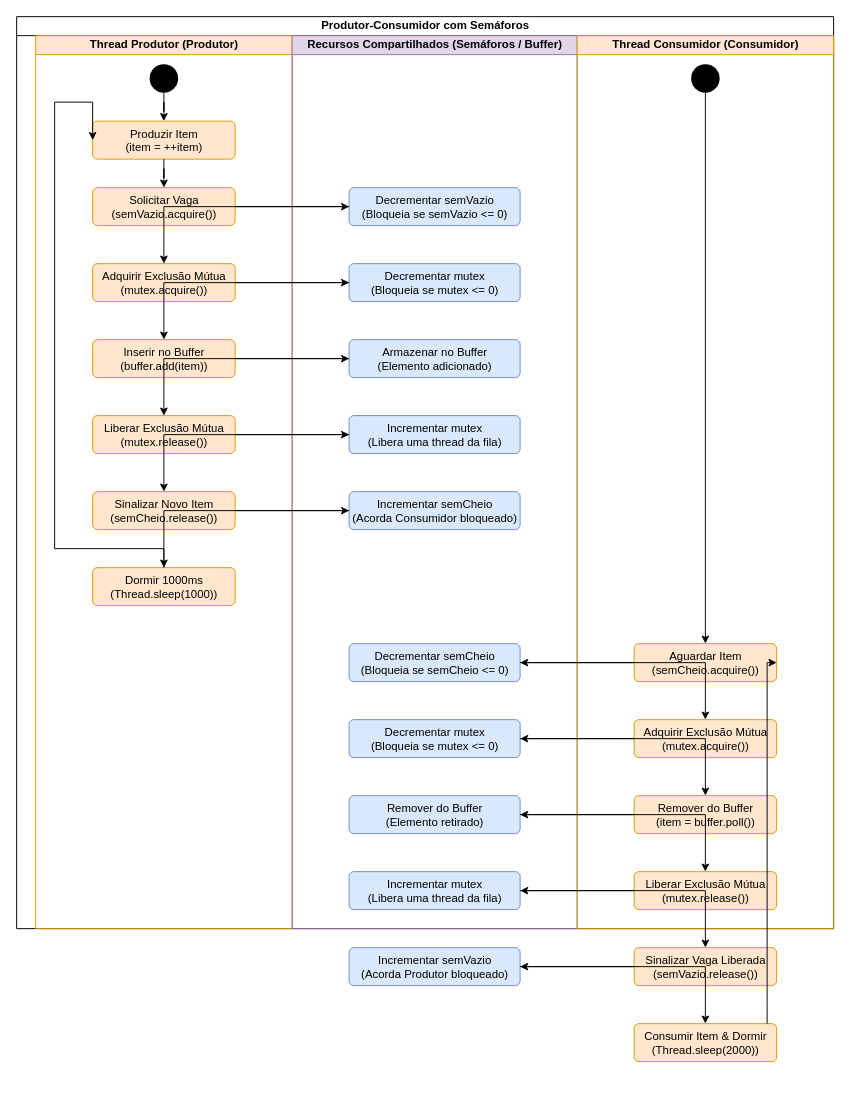
Above: EntregaThreads/src/classicos/ProdutorConsumidorSemaforoz_Diagrama_atividade.drawio in DiogoCrespi/distribuidos (draw.io), before the change. Source tidied: cells renumbered, new cells numbered last; positions are measured from the earlier drawing's top-left corner, leaving out a move shared by most shapes. Both pictures are drawn from the tidied source at 95%, with x=0, y=0 at pixel (16, 16).
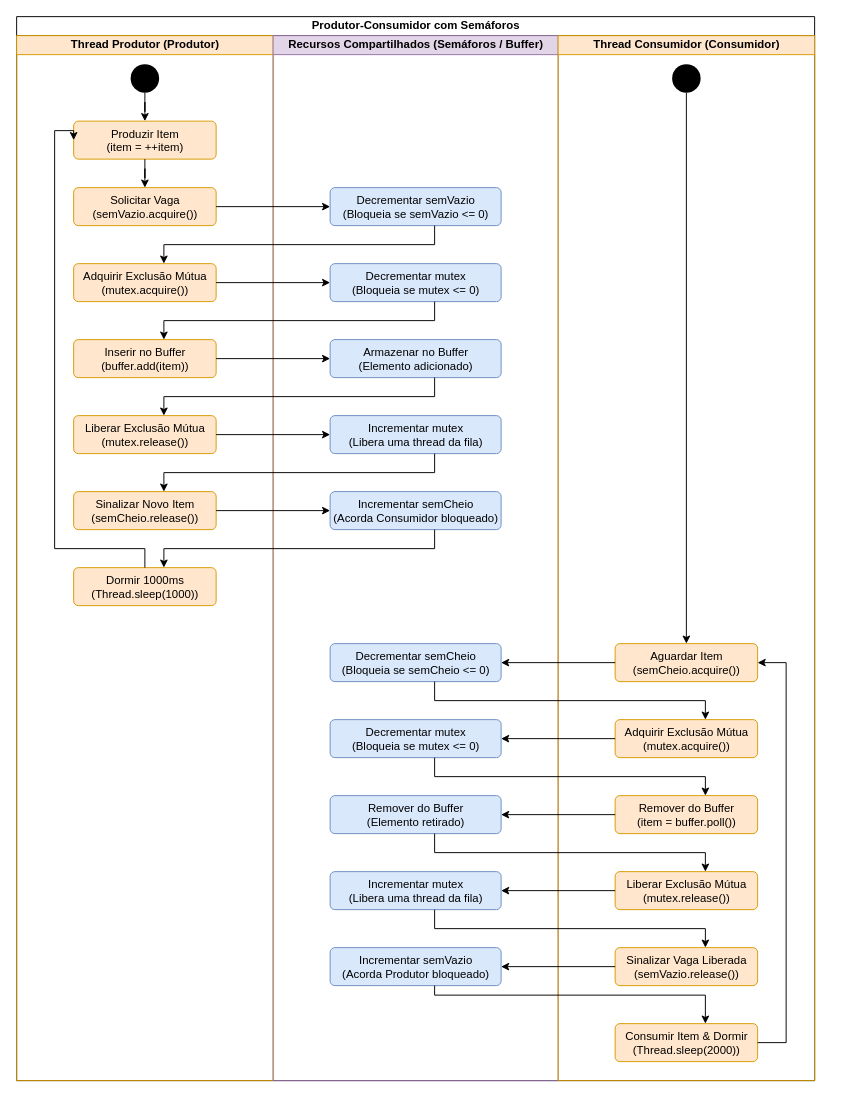
Above is the later version.

Unchanged cells that the change refers to:
```xml
<mxCell id="7" value="Produzir Item&#10;(item = ++item)" style="html=1;align=center;verticalAlign=top;rounded=1;absoluteArcSize=1;arcSize=10;fillColor=#ffe6cc;strokeColor=#d79b00;" parent="3" vertex="1">
  <mxGeometry x="60" y="90" width="150" height="40" as="geometry" />
</mxCell>
<mxCell id="9" value="Adquirir Exclusão Mútua&#10;(mutex.acquire())" style="html=1;align=center;verticalAlign=top;rounded=1;absoluteArcSize=1;arcSize=10;fillColor=#ffe6cc;strokeColor=#d79b00;" parent="3" vertex="1">
  <mxGeometry x="60" y="240" width="150" height="40" as="geometry" />
</mxCell>
<mxCell id="10" value="Inserir no Buffer&#10;(buffer.add(item))" style="html=1;align=center;verticalAlign=top;rounded=1;absoluteArcSize=1;arcSize=10;fillColor=#ffe6cc;strokeColor=#d79b00;" parent="3" vertex="1">
  <mxGeometry x="60" y="320" width="150" height="40" as="geometry" />
</mxCell>
<mxCell id="11" value="Liberar Exclusão Mútua&#10;(mutex.release())" style="html=1;align=center;verticalAlign=top;rounded=1;absoluteArcSize=1;arcSize=10;fillColor=#ffe6cc;strokeColor=#d79b00;" parent="3" vertex="1">
  <mxGeometry x="60" y="400" width="150" height="40" as="geometry" />
</mxCell>
<mxCell id="12" value="Sinalizar Novo Item&#10;(semCheio.release())" style="html=1;align=center;verticalAlign=top;rounded=1;absoluteArcSize=1;arcSize=10;fillColor=#ffe6cc;strokeColor=#d79b00;" parent="3" vertex="1">
  <mxGeometry x="60" y="480" width="150" height="40" as="geometry" />
</mxCell>
<mxCell id="13" value="Dormir 1000ms&#10;(Thread.sleep(1000))" style="html=1;align=center;verticalAlign=top;rounded=1;absoluteArcSize=1;arcSize=10;fillColor=#ffe6cc;strokeColor=#d79b00;" parent="3" vertex="1">
  <mxGeometry x="60" y="560" width="150" height="40" as="geometry" />
</mxCell>
<mxCell id="14" value="Decrementar semVazio&#10;(Bloqueia se semVazio &lt;= 0)" style="html=1;align=center;verticalAlign=top;rounded=1;absoluteArcSize=1;arcSize=10;fillColor=#dae8fc;strokeColor=#6c8ebf;" parent="4" vertex="1">
  <mxGeometry x="60" y="160" width="180" height="40" as="geometry" />
</mxCell>
<mxCell id="15" value="Decrementar mutex&#10;(Bloqueia se mutex &lt;= 0)" style="html=1;align=center;verticalAlign=top;rounded=1;absoluteArcSize=1;arcSize=10;fillColor=#dae8fc;strokeColor=#6c8ebf;" parent="4" vertex="1">
  <mxGeometry x="60" y="240" width="180" height="40" as="geometry" />
</mxCell>
<mxCell id="16" value="Armazenar no Buffer&#10;(Elemento adicionado)" style="html=1;align=center;verticalAlign=top;rounded=1;absoluteArcSize=1;arcSize=10;fillColor=#dae8fc;strokeColor=#6c8ebf;" parent="4" vertex="1">
  <mxGeometry x="60" y="320" width="180" height="40" as="geometry" />
</mxCell>
<mxCell id="17" value="Incrementar mutex&#10;(Libera uma thread da fila)" style="html=1;align=center;verticalAlign=top;rounded=1;absoluteArcSize=1;arcSize=10;fillColor=#dae8fc;strokeColor=#6c8ebf;" parent="4" vertex="1">
  <mxGeometry x="60" y="400" width="180" height="40" as="geometry" />
</mxCell>
<mxCell id="18" value="Incrementar semCheio&#10;(Acorda Consumidor bloqueado)" style="html=1;align=center;verticalAlign=top;rounded=1;absoluteArcSize=1;arcSize=10;fillColor=#dae8fc;strokeColor=#6c8ebf;" parent="4" vertex="1">
  <mxGeometry x="60" y="480" width="180" height="40" as="geometry" />
</mxCell>
<mxCell id="19" value="Decrementar semCheio&#10;(Bloqueia se semCheio &lt;= 0)" style="html=1;align=center;verticalAlign=top;rounded=1;absoluteArcSize=1;arcSize=10;fillColor=#dae8fc;strokeColor=#6c8ebf;" parent="4" vertex="1">
  <mxGeometry x="60" y="640" width="180" height="40" as="geometry" />
</mxCell>
<mxCell id="20" value="Decrementar mutex&#10;(Bloqueia se mutex &lt;= 0)" style="html=1;align=center;verticalAlign=top;rounded=1;absoluteArcSize=1;arcSize=10;fillColor=#dae8fc;strokeColor=#6c8ebf;" parent="4" vertex="1">
  <mxGeometry x="60" y="720" width="180" height="40" as="geometry" />
</mxCell>
<mxCell id="21" value="Remover do Buffer&#10;(Elemento retirado)" style="html=1;align=center;verticalAlign=top;rounded=1;absoluteArcSize=1;arcSize=10;fillColor=#dae8fc;strokeColor=#6c8ebf;" parent="4" vertex="1">
  <mxGeometry x="60" y="800" width="180" height="40" as="geometry" />
</mxCell>
<mxCell id="22" value="Incrementar mutex&#10;(Libera uma thread da fila)" style="html=1;align=center;verticalAlign=top;rounded=1;absoluteArcSize=1;arcSize=10;fillColor=#dae8fc;strokeColor=#6c8ebf;" parent="4" vertex="1">
  <mxGeometry x="60" y="880" width="180" height="40" as="geometry" />
</mxCell>
<mxCell id="24" value="Aguardar Item&#10;(semCheio.acquire())" style="html=1;align=center;verticalAlign=top;rounded=1;absoluteArcSize=1;arcSize=10;fillColor=#ffe6cc;strokeColor=#d79b00;" parent="5" vertex="1">
  <mxGeometry x="60" y="640" width="150" height="40" as="geometry" />
</mxCell>
<mxCell id="25" value="Adquirir Exclusão Mútua&#10;(mutex.acquire())" style="html=1;align=center;verticalAlign=top;rounded=1;absoluteArcSize=1;arcSize=10;fillColor=#ffe6cc;strokeColor=#d79b00;" parent="5" vertex="1">
  <mxGeometry x="60" y="720" width="150" height="40" as="geometry" />
</mxCell>
<mxCell id="26" value="Remover do Buffer&#10;(item = buffer.poll())" style="html=1;align=center;verticalAlign=top;rounded=1;absoluteArcSize=1;arcSize=10;fillColor=#ffe6cc;strokeColor=#d79b00;" parent="5" vertex="1">
  <mxGeometry x="60" y="800" width="150" height="40" as="geometry" />
</mxCell>
<mxCell id="27" value="Liberar Exclusão Mútua&#10;(mutex.release())" style="html=1;align=center;verticalAlign=top;rounded=1;absoluteArcSize=1;arcSize=10;fillColor=#ffe6cc;strokeColor=#d79b00;" parent="5" vertex="1">
  <mxGeometry x="60" y="880" width="150" height="40" as="geometry" />
</mxCell>
```

What changed in the source:
```diff
@@
     <mxCell id="2" value="Produtor-Consumidor com Semáforos" style="swimlane;startSize=20;html=1;" parent="1" vertex="1">
-      <mxGeometry width="860" height="960" as="geometry" />
+      <mxGeometry width="840" height="1120" as="geometry" />
     </mxCell>
     <mxCell id="3" value="Thread Produtor (Produtor)" style="swimlane;startSize=20;html=1;fillColor=#ffe6cc;strokeColor=#d79b00;" parent="2" vertex="1">
-      <mxGeometry x="20" y="20" width="270" height="940" as="geometry" />
+      <mxGeometry y="20" width="270" height="1100" as="geometry" />
     </mxCell>
-    <mxCell id="4" value="Recursos Compartilhados (Semáforos / Buffer)" style="swimlane;startSize=20;html=1;fillColor=#e1d5e7;strokeColor=#9673a6;" parent="2" vertex="1">
-      <mxGeometry x="290" y="20" width="300" height="940" as="geometry" />
-    </mxCell>
-    <mxCell id="5" value="Thread Consumidor (Consumidor)" style="swimlane;startSize=20;html=1;fillColor=#ffe6cc;strokeColor=#d79b00;" parent="2" vertex="1">
-      <mxGeometry x="590" y="20" width="270" height="940" as="geometry" />
-    </mxCell>
@@
+    <mxCell id="4" value="Recursos Compartilhados (Semáforos / Buffer)" style="swimlane;startSize=20;html=1;fillColor=#e1d5e7;strokeColor=#9673a6;" parent="2" vertex="1">
+      <mxGeometry x="270" y="20" width="300" height="1100" as="geometry" />
+    </mxCell>
@@
+    <mxCell id="50" value="Incrementar semVazio&#10;(Acorda Produtor bloqueado)" style="html=1;align=center;verticalAlign=top;rounded=1;absoluteArcSize=1;arcSize=10;fillColor=#dae8fc;strokeColor=#6c8ebf;" parent="4" vertex="1">
+      <mxGeometry x="60" y="960" width="180" height="40" as="geometry" />
+    </mxCell>
+    <mxCell id="5" value="Thread Consumidor (Consumidor)" style="swimlane;startSize=20;html=1;fillColor=#ffe6cc;strokeColor=#d79b00;" parent="2" vertex="1">
+      <mxGeometry x="570" y="20" width="270" height="1100" as="geometry" />
+    </mxCell>
@@
+    <mxCell id="49" value="Sinalizar Vaga Liberada&#10;(semVazio.release())" style="html=1;align=center;verticalAlign=top;rounded=1;absoluteArcSize=1;arcSize=10;fillColor=#ffe6cc;strokeColor=#d79b00;" parent="5" vertex="1">
+      <mxGeometry x="60" y="960" width="150" height="40" as="geometry" />
+    </mxCell>
+    <mxCell id="51" value="Consumir Item &amp; Dormir&#10;(Thread.sleep(2000))" style="html=1;align=center;verticalAlign=top;rounded=1;absoluteArcSize=1;arcSize=10;fillColor=#ffe6cc;strokeColor=#d79b00;" parent="5" vertex="1">
+      <mxGeometry x="60" y="1040" width="150" height="40" as="geometry" />
+    </mxCell>
@@
     <mxCell id="31" style="edgeStyle=orthogonalEdgeStyle;rounded=0;jettySize=auto;html=1;" parent="1" edge="1" source="14" target="9">
-      <mxGeometry relative="1" as="geometry" />
+      <mxGeometry relative="1" as="geometry">
+        <Array as="points">
+          <mxPoint x="440" y="240" />
+          <mxPoint x="155" y="240" />
+        </Array>
+      </mxGeometry>
     </mxCell>
@@
     <mxCell id="33" style="edgeStyle=orthogonalEdgeStyle;rounded=0;jettySize=auto;html=1;" parent="1" edge="1" source="15" target="10">
-      <mxGeometry relative="1" as="geometry" />
+      <mxGeometry relative="1" as="geometry">
+        <Array as="points">
+          <mxPoint x="440" y="320" />
+          <mxPoint x="155" y="320" />
+        </Array>
+      </mxGeometry>
     </mxCell>
@@
     <mxCell id="35" style="edgeStyle=orthogonalEdgeStyle;rounded=0;jettySize=auto;html=1;" parent="1" edge="1" source="16" target="11">
-      <mxGeometry relative="1" as="geometry" />
+      <mxGeometry relative="1" as="geometry">
+        <Array as="points">
+          <mxPoint x="440" y="400" />
+          <mxPoint x="155" y="400" />
+        </Array>
+      </mxGeometry>
     </mxCell>
@@
     <mxCell id="37" style="edgeStyle=orthogonalEdgeStyle;rounded=0;jettySize=auto;html=1;" parent="1" edge="1" source="17" target="12">
-      <mxGeometry relative="1" as="geometry" />
+      <mxGeometry relative="1" as="geometry">
+        <Array as="points">
+          <mxPoint x="440" y="480" />
+          <mxPoint x="155" y="480" />
+        </Array>
+      </mxGeometry>
     </mxCell>
@@
     <mxCell id="39" style="edgeStyle=orthogonalEdgeStyle;rounded=0;jettySize=auto;html=1;" parent="1" edge="1" source="18" target="13">
-      <mxGeometry relative="1" as="geometry" />
+      <mxGeometry relative="1" as="geometry">
+        <Array as="points">
+          <mxPoint x="440" y="560" />
+          <mxPoint x="155" y="560" />
+        </Array>
+      </mxGeometry>
     </mxCell>
     <mxCell id="40" style="edgeStyle=orthogonalEdgeStyle;rounded=0;jettySize=auto;html=1;entryX=0;entryY=0.5;entryDx=0;entryDy=0;" parent="1" edge="1" source="13" target="7">
       <mxGeometry relative="1" as="geometry">
         <Array as="points">
+          <mxPoint x="135" y="560" />
           <mxPoint x="40" y="560" />
-          <mxPoint x="40" y="90" />
+          <mxPoint x="40" y="120" />
+          <mxPoint x="60" y="120" />
         </Array>
       </mxGeometry>
     </mxCell>
@@
     <mxCell id="43" style="edgeStyle=orthogonalEdgeStyle;rounded=0;jettySize=auto;html=1;" parent="1" edge="1" source="19" target="25">
-      <mxGeometry relative="1" as="geometry" />
+      <mxGeometry relative="1" as="geometry">
+        <Array as="points">
+          <mxPoint x="440" y="720" />
+          <mxPoint x="725" y="720" />
+        </Array>
+      </mxGeometry>
     </mxCell>
@@
     <mxCell id="45" style="edgeStyle=orthogonalEdgeStyle;rounded=0;jettySize=auto;html=1;" parent="1" edge="1" source="20" target="26">
-      <mxGeometry relative="1" as="geometry" />
+      <mxGeometry relative="1" as="geometry">
+        <Array as="points">
+          <mxPoint x="440" y="800" />
+          <mxPoint x="725" y="800" />
+        </Array>
+      </mxGeometry>
     </mxCell>
@@
     <mxCell id="47" style="edgeStyle=orthogonalEdgeStyle;rounded=0;jettySize=auto;html=1;" parent="1" edge="1" source="21" target="27">
-      <mxGeometry relative="1" as="geometry" />
+      <mxGeometry relative="1" as="geometry">
+        <Array as="points">
+          <mxPoint x="440" y="880" />
+          <mxPoint x="725" y="880" />
+        </Array>
+      </mxGeometry>
     </mxCell>
@@
-    <mxCell id="49" value="Sinalizar Vaga Liberada&#10;(semVazio.release())" style="html=1;align=center;verticalAlign=top;rounded=1;absoluteArcSize=1;arcSize=10;fillColor=#ffe6cc;strokeColor=#d79b00;" parent="5" vertex="1">
-      <mxGeometry x="60" y="960" width="150" height="40" as="geometry" />
-    </mxCell>
-    <mxCell id="50" value="Incrementar semVazio&#10;(Acorda Produtor bloqueado)" style="html=1;align=center;verticalAlign=top;rounded=1;absoluteArcSize=1;arcSize=10;fillColor=#dae8fc;strokeColor=#6c8ebf;" parent="4" vertex="1">
-      <mxGeometry x="60" y="960" width="180" height="40" as="geometry" />
-    </mxCell>
-    <mxCell id="51" value="Consumir Item &amp; Dormir&#10;(Thread.sleep(2000))" style="html=1;align=center;verticalAlign=top;rounded=1;absoluteArcSize=1;arcSize=10;fillColor=#ffe6cc;strokeColor=#d79b00;" parent="5" vertex="1">
-      <mxGeometry x="60" y="1040" width="150" height="40" as="geometry" />
-    </mxCell>
     <mxCell id="52" style="edgeStyle=orthogonalEdgeStyle;rounded=0;jettySize=auto;html=1;" parent="1" edge="1" source="22" target="49">
-      <mxGeometry relative="1" as="geometry" />
+      <mxGeometry relative="1" as="geometry">
+        <Array as="points">
+          <mxPoint x="440" y="960" />
+          <mxPoint x="725" y="960" />
+        </Array>
+      </mxGeometry>
     </mxCell>
@@
     <mxCell id="54" style="edgeStyle=orthogonalEdgeStyle;rounded=0;jettySize=auto;html=1;" parent="1" edge="1" source="50" target="51">
-      <mxGeometry relative="1" as="geometry" />
+      <mxGeometry relative="1" as="geometry">
+        <Array as="points">
+          <mxPoint x="440" y="1030" />
+          <mxPoint x="725" y="1030" />
+        </Array>
+      </mxGeometry>
     </mxCell>
-    <mxCell id="55" style="edgeStyle=orthogonalEdgeStyle;rounded=0;jettySize=auto;html=1;entryX=1;entryY=0.5;entryDx=0;entryDy=0;" parent="1" edge="1" source="51" target="24">
+    <mxCell id="55" style="edgeStyle=orthogonalEdgeStyle;rounded=0;jettySize=auto;html=1;entryX=1;entryY=0.5;entryDx=0;entryDy=0;" parent="1" edge="1" target="24">
       <mxGeometry relative="1" as="geometry">
+        <mxPoint x="780" y="1080" as="sourcePoint" />
         <Array as="points">
-          <mxPoint x="790" y="1040" />
-          <mxPoint x="790" y="640" />
+          <mxPoint x="810" y="1080" />
+          <mxPoint x="810" y="680" />
         </Array>
       </mxGeometry>
     </mxCell>
```
